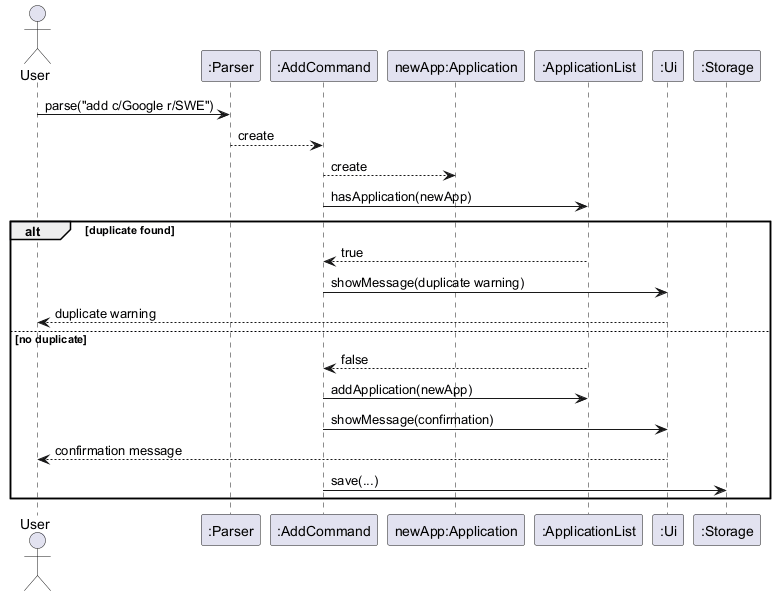
eugenia-cnl-lee/tp keeps this PlantUML diagram as docs/images/AaravAddCommandSequence.png. Above is the earlier version.
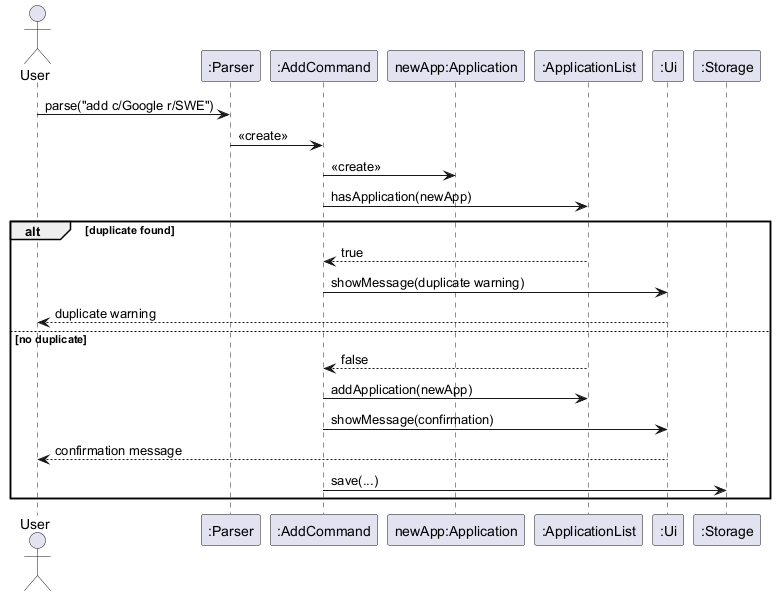
After the commit.

Change to the diagram source:
```diff
@@ -8,9 +8,9 @@
 participant ":Storage" as S
 
 User -> P : parse("add c/Google r/SWE")
-P --> AC : create
+P -> AC : <<create>>
 
-AC --> APP : create
+AC -> APP : <<create>>
 
 AC -> AL : hasApplication(newApp)
 
```
